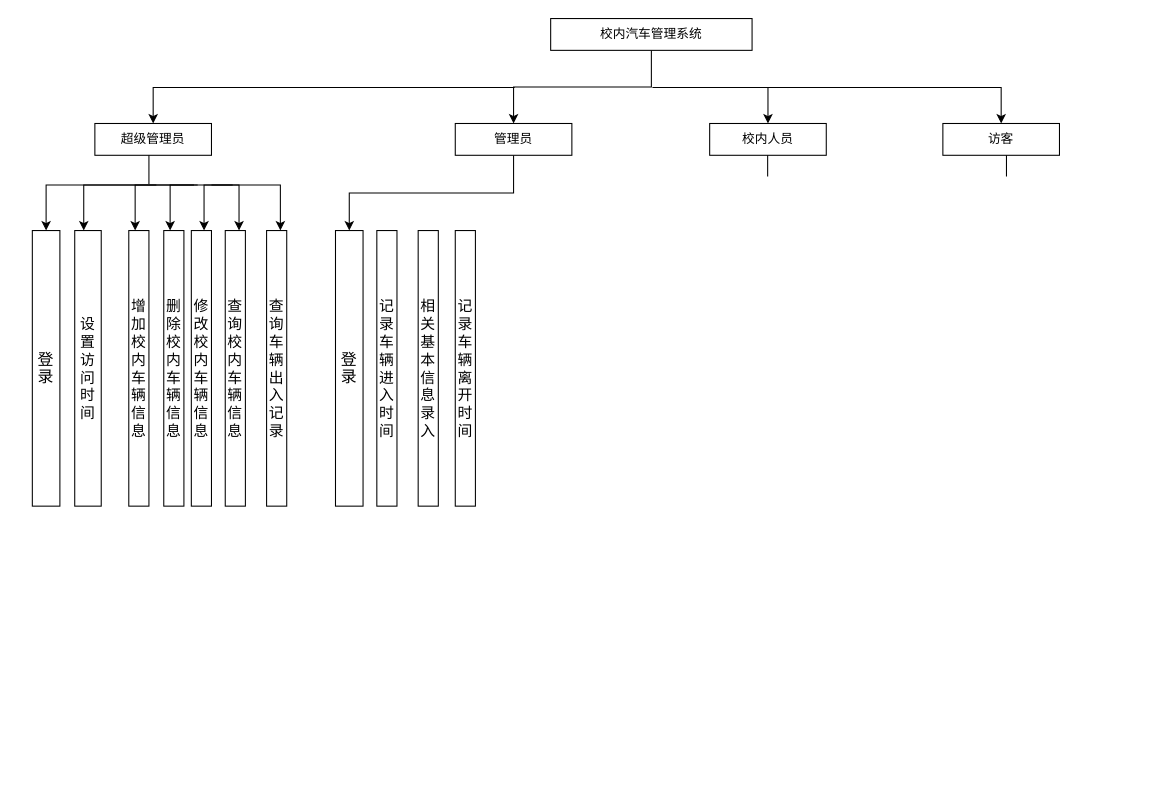
Earlier version of the draw.io diagram views/校内车辆管理系统.drawio (Hcc996/hc). Source tidied: cells renumbered, new cells numbered last; positions are measured from the earlier drawing's top-left corner, leaving out a move shared by most shapes. Both pictures are drawn from the tidied source at 106%, with x=0, y=0 at pixel (32, 18).
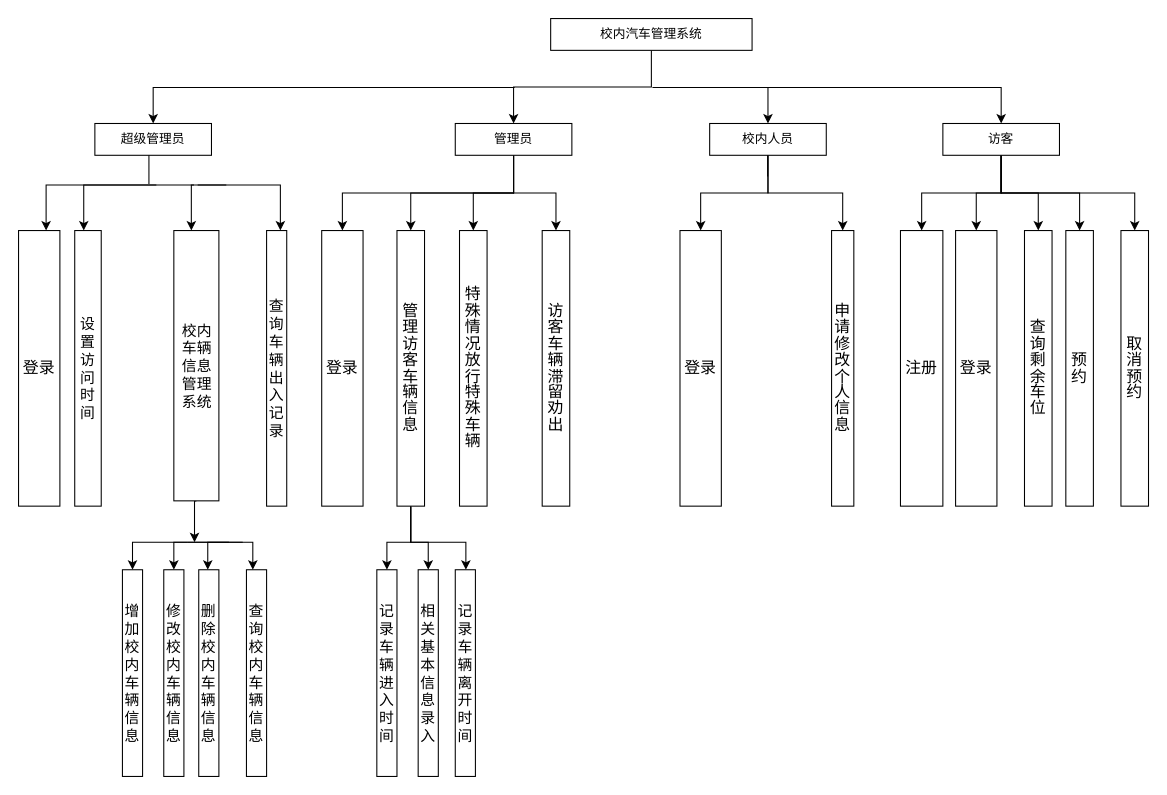
Above is the later version.

Commit message:
更新校内车辆管理系统.drawio

The change refers to these unchanged cells:
```xml
<mxCell id="6" value="管理员" style="rounded=0;whiteSpace=wrap;html=1;" parent="1" vertex="1">
  <mxGeometry x="399" y="99" width="110" height="30" as="geometry" />
</mxCell>
<mxCell id="7" value="校内人员" style="rounded=0;whiteSpace=wrap;html=1;" parent="1" vertex="1">
  <mxGeometry x="639" y="99" width="110" height="30" as="geometry" />
</mxCell>
<mxCell id="8" value="访客" style="rounded=0;whiteSpace=wrap;html=1;" parent="1" vertex="1">
  <mxGeometry x="859" y="99" width="110" height="30" as="geometry" />
</mxCell>
```

Diff of the diagram source:
```diff
@@
+    <mxCell id="33" style="edgeStyle=orthogonalEdgeStyle;rounded=0;jettySize=auto;html=1;exitX=0.5;exitY=1;exitDx=0;exitDy=0;" parent="1" edge="1" source="6" target="51">
+      <mxGeometry relative="1" as="geometry" />
+    </mxCell>
+    <mxCell id="34" style="edgeStyle=orthogonalEdgeStyle;rounded=0;jettySize=auto;html=1;exitX=0.5;exitY=1;exitDx=0;exitDy=0;" parent="1" edge="1" source="6" target="52">
+      <mxGeometry relative="1" as="geometry" />
+    </mxCell>
+    <mxCell id="35" style="edgeStyle=orthogonalEdgeStyle;rounded=0;jettySize=auto;html=1;exitX=0.5;exitY=1;exitDx=0;exitDy=0;" parent="1" edge="1" source="6" target="53">
+      <mxGeometry relative="1" as="geometry" />
+    </mxCell>
@@
+    <mxCell id="36" style="edgeStyle=orthogonalEdgeStyle;rounded=0;jettySize=auto;html=1;exitX=0.5;exitY=1;exitDx=0;exitDy=0;" parent="1" edge="1" source="7" target="54">
+      <mxGeometry relative="1" as="geometry" />
+    </mxCell>
+    <mxCell id="37" style="edgeStyle=orthogonalEdgeStyle;rounded=0;jettySize=auto;html=1;exitX=0.5;exitY=1;exitDx=0;exitDy=0;" parent="1" edge="1" source="7" target="55">
+      <mxGeometry relative="1" as="geometry" />
+    </mxCell>
@@
+    <mxCell id="38" style="edgeStyle=orthogonalEdgeStyle;rounded=0;jettySize=auto;html=1;exitX=0.5;exitY=1;exitDx=0;exitDy=0;" parent="1" edge="1" source="8" target="56">
+      <mxGeometry relative="1" as="geometry" />
+    </mxCell>
+    <mxCell id="39" style="edgeStyle=orthogonalEdgeStyle;rounded=0;jettySize=auto;html=1;exitX=0.5;exitY=1;exitDx=0;exitDy=0;" parent="1" edge="1" source="8" target="57">
+      <mxGeometry relative="1" as="geometry" />
+    </mxCell>
+    <mxCell id="40" style="edgeStyle=orthogonalEdgeStyle;rounded=0;jettySize=auto;html=1;exitX=0.5;exitY=1;exitDx=0;exitDy=0;" parent="1" edge="1" source="8" target="58">
+      <mxGeometry relative="1" as="geometry" />
+    </mxCell>
+    <mxCell id="41" style="edgeStyle=orthogonalEdgeStyle;rounded=0;jettySize=auto;html=1;exitX=0.5;exitY=1;exitDx=0;exitDy=0;" parent="1" edge="1" source="8" target="59">
+      <mxGeometry relative="1" as="geometry" />
+    </mxCell>
+    <mxCell id="42" style="edgeStyle=orthogonalEdgeStyle;rounded=0;jettySize=auto;html=1;exitX=0.5;exitY=1;exitDx=0;exitDy=0;" parent="1" edge="1" source="8" target="60">
+      <mxGeometry relative="1" as="geometry" />
+    </mxCell>
@@
-    <mxCell id="11" style="endArrow=none;html=1;rounded=0;" parent="1" edge="1">
-      <mxGeometry relative="1" as="geometry">
-        <mxPoint x="919" y="149" as="sourcePoint" />
-        <mxPoint x="919" y="129" as="targetPoint" />
-      </mxGeometry>
-    </mxCell>
@@
     <mxCell id="14" value="&lt;p style=&quot;line-height: 120%;&quot;&gt;&lt;font style=&quot;font-size: 15px;&quot;&gt;登录&lt;/font&gt;&lt;/p&gt;" style="rounded=0;whiteSpace=wrap;html=1;" parent="1" vertex="1">
-      <mxGeometry y="200" width="26" height="260" as="geometry" />
+      <mxGeometry x="-13" y="200" width="39" height="260" as="geometry" />
     </mxCell>
@@
     <mxCell id="18" value="&lt;font style=&quot;font-size: 14px;&quot;&gt;增加校内车辆信息&lt;/font&gt;" style="rounded=0;whiteSpace=wrap;html=1;" parent="1" vertex="1">
-      <mxGeometry x="91" y="200" width="19" height="260" as="geometry" />
+      <mxGeometry x="85" y="520" width="19" height="195" as="geometry" />
     </mxCell>
     <mxCell id="19" value="&lt;font style=&quot;font-size: 14px;&quot;&gt;删除校内车辆信息&lt;/font&gt;" style="rounded=0;whiteSpace=wrap;html=1;" parent="1" vertex="1">
-      <mxGeometry x="124" y="200" width="19" height="260" as="geometry" />
+      <mxGeometry x="157" y="520" width="19" height="195" as="geometry" />
     </mxCell>
     <mxCell id="20" value="&lt;font style=&quot;font-size: 14px;&quot;&gt;修改校内车辆信息&lt;/font&gt;" style="rounded=0;whiteSpace=wrap;html=1;" parent="1" vertex="1">
-      <mxGeometry x="150" y="200" width="19" height="260" as="geometry" />
+      <mxGeometry x="124" y="520" width="19" height="195" as="geometry" />
     </mxCell>
     <mxCell id="21" value="&lt;font style=&quot;font-size: 14px;&quot;&gt;查询校内车辆信息&lt;/font&gt;" style="rounded=0;whiteSpace=wrap;html=1;" parent="1" vertex="1">
-      <mxGeometry x="182" y="200" width="19" height="260" as="geometry" />
+      <mxGeometry x="202" y="520" width="19" height="195" as="geometry" />
     </mxCell>
@@
     <mxCell id="23" style="endArrow=classic;html=1;rounded=0;entryX=0.5;entryY=0;entryDx=0;entryDy=0;" parent="1" edge="1">
       <mxGeometry relative="1" as="geometry">
-        <mxPoint x="156" y="157" as="sourcePoint" />
-        <mxPoint x="97" y="200" as="targetPoint" />
+        <mxPoint x="146.5" y="494" as="sourcePoint" />
+        <mxPoint x="94.5" y="520" as="targetPoint" />
         <Array as="points">
-          <mxPoint x="97" y="157" />
+          <mxPoint x="94.5" y="494" />
         </Array>
       </mxGeometry>
     </mxCell>
-    <mxCell id="24" style="endArrow=classic;html=1;rounded=0;entryX=0.5;entryY=0;entryDx=0;entryDy=0;" parent="1" edge="1">
-      <mxGeometry relative="1" as="geometry">
-        <mxPoint x="189" y="157" as="sourcePoint" />
-        <mxPoint x="130" y="200" as="targetPoint" />
-        <Array as="points">
-          <mxPoint x="130" y="157" />
-        </Array>
-      </mxGeometry>
-    </mxCell>
     <mxCell id="25" style="endArrow=classic;html=1;rounded=0;entryX=0.5;entryY=0;entryDx=0;entryDy=0;" parent="1" edge="1">
       <mxGeometry relative="1" as="geometry">
-        <mxPoint x="195" y="157" as="sourcePoint" />
-        <mxPoint x="162" y="200" as="targetPoint" />
+        <mxPoint x="183" y="157" as="sourcePoint" />
+        <mxPoint x="150" y="200" as="targetPoint" />
         <Array as="points">
-          <mxPoint x="162" y="157" />
+          <mxPoint x="150" y="157" />
         </Array>
       </mxGeometry>
     </mxCell>
-    <mxCell id="26" style="endArrow=classic;html=1;rounded=0;entryX=0.5;entryY=0;entryDx=0;entryDy=0;" parent="1" edge="1">
-      <mxGeometry relative="1" as="geometry">
-        <mxPoint x="169" y="157" as="sourcePoint" />
-        <mxPoint x="195" y="200" as="targetPoint" />
-        <Array as="points">
-          <mxPoint x="195" y="157" />
-        </Array>
-      </mxGeometry>
-    </mxCell>
     <mxCell id="27" style="endArrow=classic;html=1;rounded=0;entryX=0.5;entryY=0;entryDx=0;entryDy=0;" parent="1" edge="1">
       <mxGeometry relative="1" as="geometry">
-        <mxPoint x="195" y="157" as="sourcePoint" />
+        <mxPoint x="156" y="157" as="sourcePoint" />
         <mxPoint x="234" y="200" as="targetPoint" />
         <Array as="points">
           <mxPoint x="234" y="157" />
         </Array>
       </mxGeometry>
     </mxCell>
@@
     <mxCell id="29" value="&lt;p style=&quot;line-height: 120%;&quot;&gt;&lt;font style=&quot;font-size: 15px;&quot;&gt;登录&lt;/font&gt;&lt;/p&gt;" style="rounded=0;whiteSpace=wrap;html=1;" parent="1" vertex="1">
-      <mxGeometry x="286" y="200" width="26" height="260" as="geometry" />
+      <mxGeometry x="273" y="200" width="39" height="260" as="geometry" />
     </mxCell>
     <mxCell id="30" value="&lt;font style=&quot;font-size: 14px;&quot;&gt;记录车辆进入时间&lt;/font&gt;" style="rounded=0;whiteSpace=wrap;html=1;" parent="1" vertex="1">
-      <mxGeometry x="325" y="200" width="19" height="260" as="geometry" />
+      <mxGeometry x="325" y="520" width="19" height="195" as="geometry" />
     </mxCell>
     <mxCell id="31" value="&lt;font style=&quot;font-size: 14px;&quot;&gt;相关基本信息录入&lt;/font&gt;" style="rounded=0;whiteSpace=wrap;html=1;" parent="1" vertex="1">
-      <mxGeometry x="364" y="200" width="19" height="260" as="geometry" />
+      <mxGeometry x="364" y="520" width="19" height="195" as="geometry" />
     </mxCell>
     <mxCell id="32" value="&lt;font style=&quot;font-size: 14px;&quot;&gt;记录车辆离开时间&lt;/font&gt;" style="rounded=0;whiteSpace=wrap;html=1;" parent="1" vertex="1">
-      <mxGeometry x="399" y="200" width="19" height="260" as="geometry" />
+      <mxGeometry x="399" y="520" width="19" height="195" as="geometry" />
     </mxCell>
+    <mxCell id="43" style="endArrow=classic;html=1;rounded=0;entryX=0.5;entryY=0;entryDx=0;entryDy=0;" parent="1" edge="1">
+      <mxGeometry relative="1" as="geometry">
+        <mxPoint x="185.5" y="494" as="sourcePoint" />
+        <mxPoint x="133.5" y="520" as="targetPoint" />
+        <Array as="points">
+          <mxPoint x="133.5" y="494" />
+        </Array>
+      </mxGeometry>
+    </mxCell>
+    <mxCell id="44" style="endArrow=classic;html=1;rounded=0;entryX=0.5;entryY=0;entryDx=0;entryDy=0;" parent="1" edge="1">
+      <mxGeometry relative="1" as="geometry">
+        <mxPoint x="198.5" y="494" as="sourcePoint" />
+        <mxPoint x="165.5" y="520" as="targetPoint" />
+        <Array as="points">
+          <mxPoint x="165.5" y="494" />
+        </Array>
+      </mxGeometry>
+    </mxCell>
+    <mxCell id="45" style="endArrow=classic;html=1;rounded=0;entryX=0.5;entryY=0;entryDx=0;entryDy=0;" parent="1" edge="1">
+      <mxGeometry relative="1" as="geometry">
+        <mxPoint x="146.5" y="494" as="sourcePoint" />
+        <mxPoint x="208" y="520" as="targetPoint" />
+        <Array as="points">
+          <mxPoint x="208" y="494" />
+        </Array>
+      </mxGeometry>
+    </mxCell>
+    <mxCell id="46" style="edgeStyle=orthogonalEdgeStyle;rounded=0;jettySize=auto;html=1;exitX=0.5;exitY=1;exitDx=0;exitDy=0;" parent="1" edge="1" source="47">
+      <mxGeometry relative="1" as="geometry">
+        <mxPoint x="153" y="494" as="targetPoint" />
+      </mxGeometry>
+    </mxCell>
+    <mxCell id="47" value="&lt;font style=&quot;font-size: 14px;&quot;&gt;校内车辆信息管理系统&lt;/font&gt;" style="rounded=0;whiteSpace=wrap;html=1;" parent="1" vertex="1">
+      <mxGeometry x="133.5" y="200" width="42.5" height="255" as="geometry" />
+    </mxCell>
+    <mxCell id="48" style="edgeStyle=orthogonalEdgeStyle;rounded=0;jettySize=auto;html=1;exitX=0.5;exitY=1;exitDx=0;exitDy=0;entryX=0.5;entryY=0;entryDx=0;entryDy=0;" parent="1" edge="1" source="51" target="30">
+      <mxGeometry relative="1" as="geometry">
+        <Array as="points">
+          <mxPoint x="357" y="494" />
+          <mxPoint x="335" y="494" />
+        </Array>
+      </mxGeometry>
+    </mxCell>
+    <mxCell id="49" style="edgeStyle=orthogonalEdgeStyle;rounded=0;jettySize=auto;html=1;exitX=0.5;exitY=1;exitDx=0;exitDy=0;" parent="1" edge="1" source="51" target="32">
+      <mxGeometry relative="1" as="geometry">
+        <Array as="points">
+          <mxPoint x="357" y="494" />
+          <mxPoint x="409" y="494" />
+        </Array>
+      </mxGeometry>
+    </mxCell>
+    <mxCell id="50" style="edgeStyle=orthogonalEdgeStyle;rounded=0;jettySize=auto;html=1;exitX=0.5;exitY=1;exitDx=0;exitDy=0;entryX=0.5;entryY=0;entryDx=0;entryDy=0;" parent="1" edge="1" source="51" target="31">
+      <mxGeometry relative="1" as="geometry">
+        <Array as="points">
+          <mxPoint x="357" y="494" />
+          <mxPoint x="373" y="494" />
+        </Array>
+      </mxGeometry>
+    </mxCell>
+    <mxCell id="51" value="&lt;p style=&quot;line-height: 120%;&quot;&gt;&lt;span style=&quot;font-size: 15px;&quot;&gt;管理访客车辆信息&lt;/span&gt;&lt;/p&gt;" style="rounded=0;whiteSpace=wrap;html=1;" parent="1" vertex="1">
+      <mxGeometry x="344" y="200" width="26" height="260" as="geometry" />
+    </mxCell>
+    <mxCell id="52" value="&lt;p style=&quot;line-height: 120%;&quot;&gt;&lt;span style=&quot;font-size: 15px;&quot;&gt;特殊情况放行特殊车辆&lt;/span&gt;&lt;/p&gt;" style="rounded=0;whiteSpace=wrap;html=1;" parent="1" vertex="1">
+      <mxGeometry x="403" y="200" width="26" height="260" as="geometry" />
+    </mxCell>
+    <mxCell id="53" value="&lt;p style=&quot;line-height: 120%;&quot;&gt;&lt;span style=&quot;font-size: 15px;&quot;&gt;访客车辆滞留劝出&lt;/span&gt;&lt;/p&gt;" style="rounded=0;whiteSpace=wrap;html=1;" parent="1" vertex="1">
+      <mxGeometry x="481" y="200" width="26" height="260" as="geometry" />
+    </mxCell>
+    <mxCell id="54" value="&lt;p style=&quot;line-height: 120%;&quot;&gt;&lt;font style=&quot;font-size: 15px;&quot;&gt;登录&lt;/font&gt;&lt;/p&gt;" style="rounded=0;whiteSpace=wrap;html=1;" parent="1" vertex="1">
+      <mxGeometry x="611" y="200" width="39" height="260" as="geometry" />
+    </mxCell>
+    <mxCell id="55" value="&lt;p style=&quot;line-height: 120%;&quot;&gt;&lt;font style=&quot;font-size: 15px;&quot;&gt;申请修改个人信息&lt;/font&gt;&lt;/p&gt;" style="rounded=0;whiteSpace=wrap;html=1;" parent="1" vertex="1">
+      <mxGeometry x="754" y="200" width="21" height="260" as="geometry" />
+    </mxCell>
+    <mxCell id="56" value="&lt;p style=&quot;line-height: 120%;&quot;&gt;&lt;font style=&quot;font-size: 15px;&quot;&gt;注册&lt;/font&gt;&lt;/p&gt;" style="rounded=0;whiteSpace=wrap;html=1;" parent="1" vertex="1">
+      <mxGeometry x="819" y="200" width="40" height="260" as="geometry" />
+    </mxCell>
+    <mxCell id="57" value="&lt;p style=&quot;line-height: 120%;&quot;&gt;&lt;font style=&quot;font-size: 15px;&quot;&gt;登录&lt;/font&gt;&lt;/p&gt;" style="rounded=0;whiteSpace=wrap;html=1;" parent="1" vertex="1">
+      <mxGeometry x="871" y="200" width="39" height="260" as="geometry" />
+    </mxCell>
+    <mxCell id="58" value="&lt;p style=&quot;line-height: 120%;&quot;&gt;&lt;font style=&quot;font-size: 15px;&quot;&gt;查询剩余车位&lt;/font&gt;&lt;/p&gt;" style="rounded=0;whiteSpace=wrap;html=1;" parent="1" vertex="1">
+      <mxGeometry x="936" y="200" width="26" height="260" as="geometry" />
+    </mxCell>
+    <mxCell id="59" value="&lt;p style=&quot;line-height: 120%;&quot;&gt;&lt;font style=&quot;font-size: 15px;&quot;&gt;预约&lt;/font&gt;&lt;/p&gt;" style="rounded=0;whiteSpace=wrap;html=1;" parent="1" vertex="1">
+      <mxGeometry x="975" y="200" width="26" height="260" as="geometry" />
+    </mxCell>
+    <mxCell id="60" value="&lt;p style=&quot;line-height: 120%;&quot;&gt;&lt;font style=&quot;font-size: 15px;&quot;&gt;取消预约&lt;/font&gt;&lt;/p&gt;" style="rounded=0;whiteSpace=wrap;html=1;" parent="1" vertex="1">
+      <mxGeometry x="1027" y="200" width="26" height="260" as="geometry" />
+    </mxCell>
```
